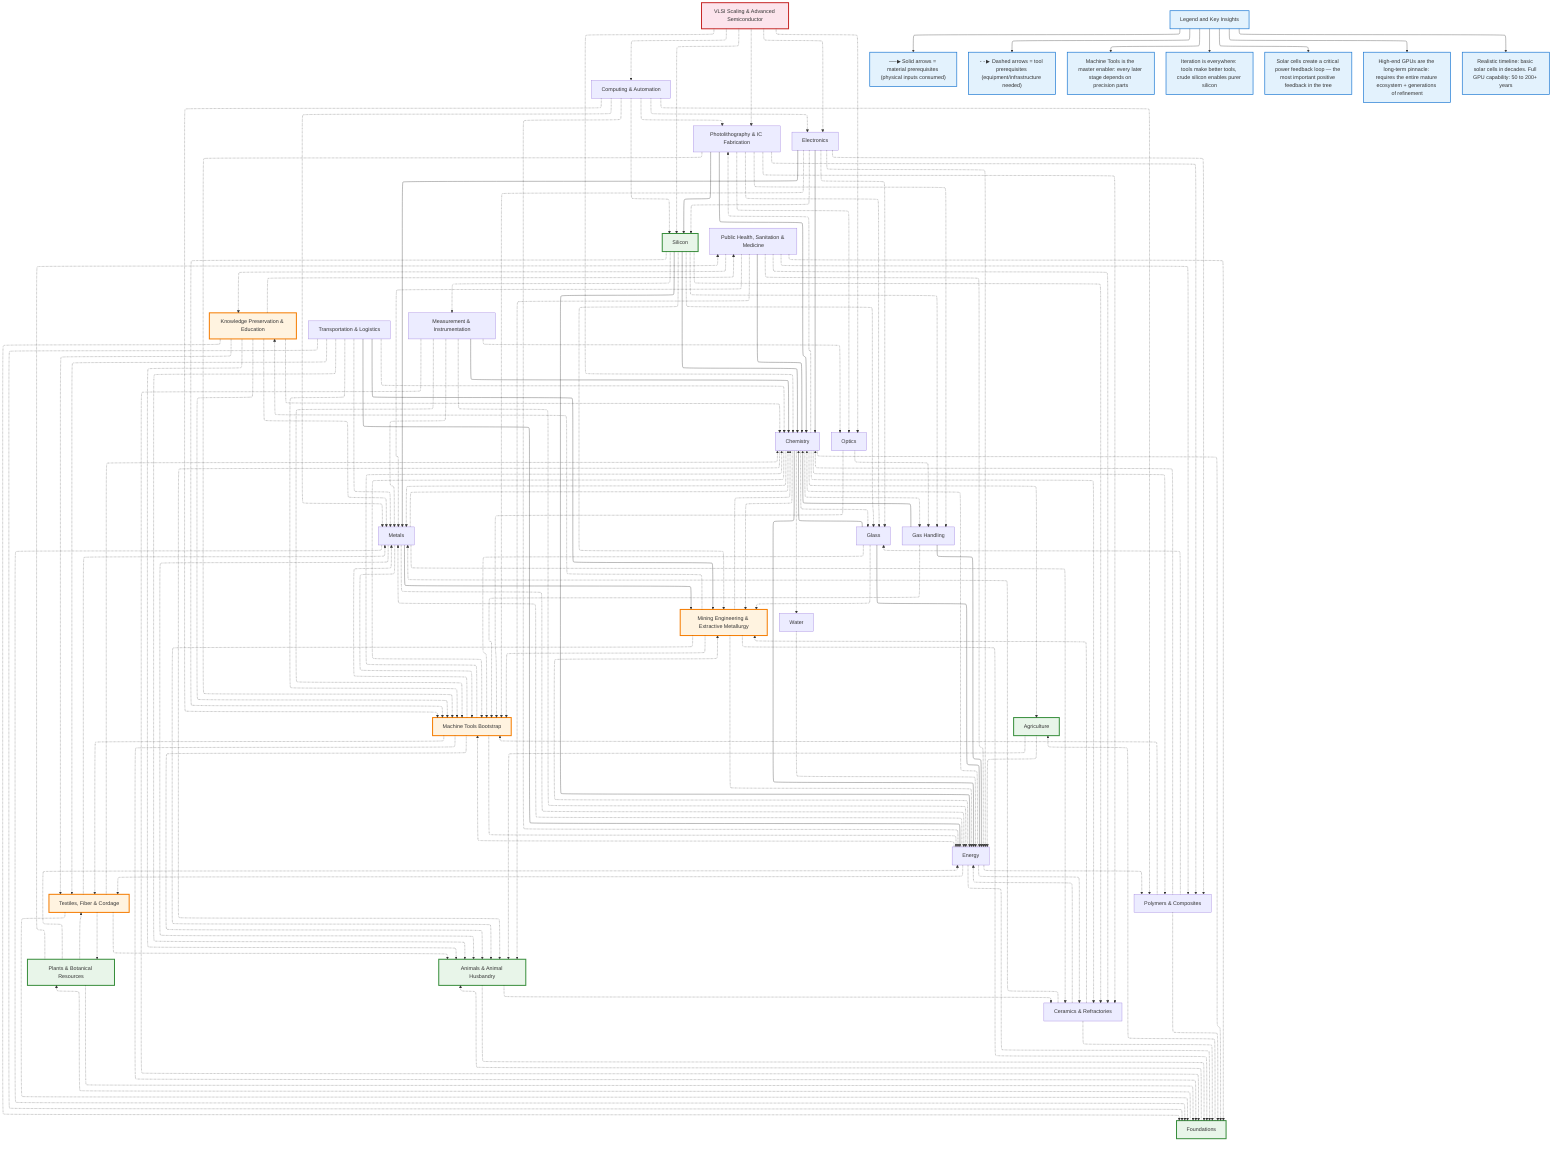
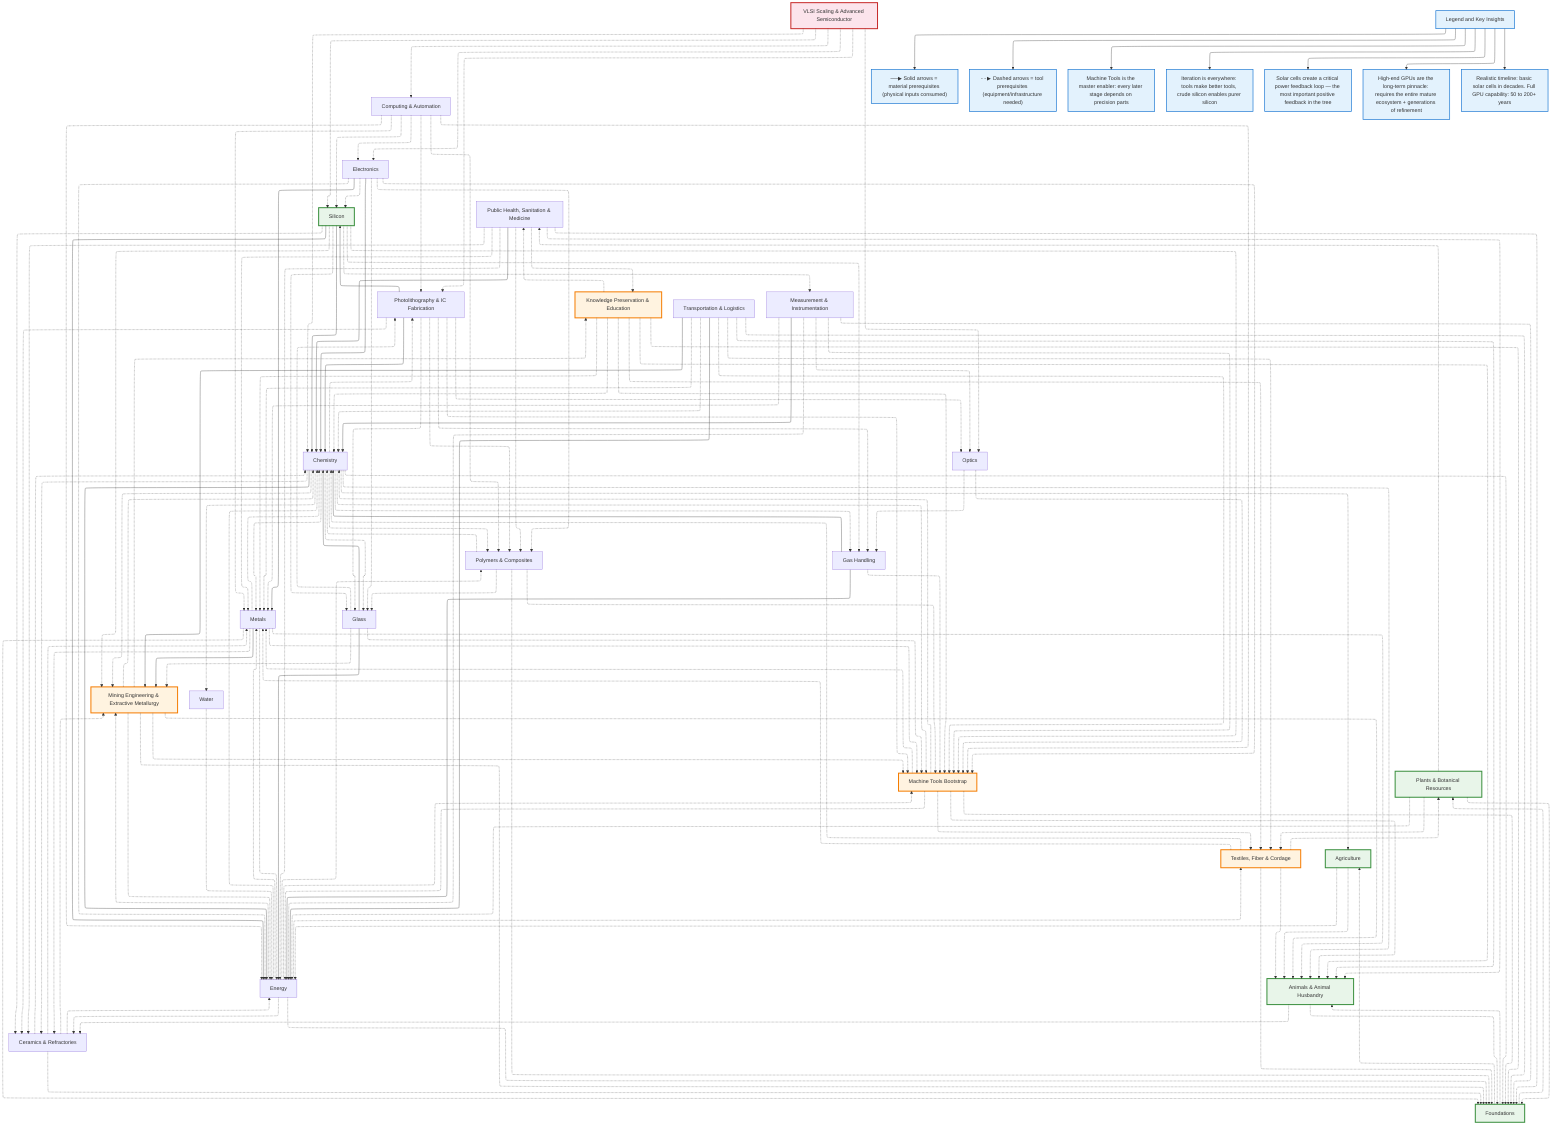
%%{init: {"flowchart": {"defaultRenderer": "elk", "htmlLabels": true}}}%%
graph TD
    %% ==================== DOMAIN NODES ====================
    foundations["Foundations"]
    metals["Metals"]
    machine-tools["Machine Tools Bootstrap"]
    energy["Energy"]
    chemistry["Chemistry"]
    silicon["Silicon"]
    photolithography["Photolithography & IC Fabrication"]
    vlsi-scaling["VLSI Scaling & Advanced Semiconductor"]
    knowledge["Knowledge Preservation & Education"]
    transport["Transportation & Logistics"]
    computing["Computing & Automation"]
    health["Public Health, Sanitation & Medicine"]
    textiles["Textiles, Fiber & Cordage"]
    mining["Mining Engineering & Extractive Metallurgy"]
    ceramics["Ceramics & Refractories"]
    polymers["Polymers & Composites"]
    glass["Glass"]
    optics["Optics"]
    gas-handling["Gas Handling"]
    measurement["Measurement & Instrumentation"]
    plants["Plants & Botanical Resources"]
    agriculture["Agriculture"]
    animals["Animals & Animal Husbandry"]
    water["Water"]
    electronics["Electronics"]

    %% ==================== DOMAIN-LEVEL EDGES ====================
    metals -.-> foundations
    metals --> mining
    machine-tools -.-> metals
    machine-tools -.-> textiles
    energy -.-> metals
    chemistry -.-> metals
    chemistry --> energy
    glass -.-> machine-tools
    optics -.-> machine-tools
    gas-handling -.-> machine-tools
    measurement -.-> machine-tools
    glass --> energy
    gas-handling --> energy
    glass --> chemistry
    gas-handling --> chemistry
    measurement --> chemistry
    silicon -.-> machine-tools
    silicon --> energy
    silicon --> chemistry
    silicon -.-> glass
    silicon -.-> gas-handling
    photolithography -.-> machine-tools
    photolithography --> chemistry
    photolithography -.-> gas-handling
    photolithography -.-> optics
    photolithography --> silicon
    vlsi-scaling -.-> photolithography
    knowledge -.-> foundations
    health -.-> foundations
    health --> chemistry
    ceramics -.-> foundations
    ceramics -.-> metals
    textiles -.-> foundations
    mining -.-> foundations
    transport -.-> metals
    transport --> energy
    transport --> mining
    transport -.-> machine-tools
    computing -.-> machine-tools
    polymers -.-> foundations
    animals -.-> foundations
    electronics --> metals
    electronics -.-> machine-tools
    electronics --> chemistry

    %% ==================== CROSS-DOMAIN EDGES ====================
    agriculture -.-> animals
    agriculture -.-> energy
    animals -.-> ceramics
+     ceramics -.-> chemistry
    ceramics -.-> energy
    ceramics -.-> mining
    chemistry -.-> agriculture
    chemistry -.-> animals
    chemistry -.-> ceramics
    chemistry -.-> foundations
    chemistry -.-> gas-handling
    chemistry -.-> glass
    chemistry -.-> machine-tools
    chemistry -.-> mining
    chemistry -.-> photolithography
    chemistry -.-> polymers
    chemistry -.-> water
    computing -.-> electronics
    computing -.-> energy
    computing -.-> metals
    computing -.-> photolithography
    computing -.-> polymers
    computing -.-> silicon
    electronics -.-> energy
    electronics -.-> glass
    electronics -.-> polymers
    electronics -.-> silicon
    energy -.-> ceramics
    energy -.-> chemistry
    energy -.-> foundations
    energy -.-> machine-tools
    energy -.-> mining
    energy -.-> polymers
    energy -.-> textiles
    foundations -.-> agriculture
    foundations -.-> animals
    foundations -.-> plants
    glass -.-> mining
+     glass -.-> photolithography
    health -.-> animals
    health -.-> ceramics
    health -.-> energy
    health -.-> knowledge
    health -.-> metals
    health -.-> polymers
    knowledge -.-> animals
    knowledge -.-> chemistry
    knowledge -.-> health
    knowledge -.-> machine-tools
    knowledge -.-> metals
    knowledge -.-> textiles
    machine-tools -.-> animals
    machine-tools -.-> chemistry
    machine-tools -.-> energy
    machine-tools -.-> foundations
    measurement -.-> energy
    measurement -.-> foundations
    measurement -.-> metals
    measurement -.-> optics
    metals -.-> animals
    metals -.-> ceramics
    metals -.-> chemistry
    metals -.-> energy
    metals -.-> machine-tools
    mining -.-> animals
    mining -.-> chemistry
    mining -.-> energy
    mining -.-> knowledge
    mining -.-> machine-tools
    optics -.-> gas-handling
    photolithography -.-> ceramics
    photolithography -.-> glass
    photolithography -.-> polymers
    plants -.-> energy
    plants -.-> foundations
    plants -.-> health
    plants -.-> textiles
    polymers -.-> chemistry
    polymers -.-> glass
    polymers -.-> machine-tools
    silicon -.-> ceramics
    silicon -.-> measurement
    silicon -.-> mining
    textiles -.-> animals
    textiles -.-> chemistry
    textiles -.-> metals
    textiles -.-> plants
    transport -.-> animals
    transport -.-> chemistry
    transport -.-> foundations
    transport -.-> textiles
    vlsi-scaling -.-> chemistry
    vlsi-scaling -.-> computing
    vlsi-scaling -.-> electronics
    vlsi-scaling -.-> optics
    vlsi-scaling -.-> silicon
    water -.-> energy

    %% ==================== STYLING ====================
    classDef domain fill:#e3f2fd,stroke:#1976d2,stroke-width:2px
    classDef critical fill:#fff3e0,stroke:#f57c00,stroke-width:3px
    classDef earlyWin fill:#e8f5e9,stroke:#388e3c,stroke-width:3px
    classDef pinnacle fill:#fce4ec,stroke:#c62828,stroke-width:3px
    class foundations earlyWin
    class machine-tools critical
    class silicon earlyWin
    class vlsi-scaling pinnacle
    class knowledge critical
    class textiles critical
    class mining critical
    class plants earlyWin
    class agriculture earlyWin
    class animals earlyWin

    %% ==================== LEGEND ====================
    Legend["Legend and Key Insights"]
    Legend --> Note0["──▶ Solid arrows = material prerequisites (physical inputs consumed)"]
    Legend --> Note0b["- - ▶ Dashed arrows = tool prerequisites (equipment/infrastructure needed)"]
    Legend --> Note1["Machine Tools is the master enabler: every later stage depends on precision parts"]
    Legend --> Note2["Iteration is everywhere: tools make better tools, crude silicon enables purer silicon"]
    Legend --> Note3["Solar cells create a critical power feedback loop — the most important positive feedback in the tree"]
    Legend --> Note4["High-end GPUs are the long-term pinnacle: requires the entire mature ecosystem + generations of refinement"]
    Legend --> Note5["Realistic timeline: basic solar cells in decades. Full GPU capability: 50 to 200+ years"]
    class Legend,Note0,Note0b,Note1,Note2,Note3,Note4,Note5 domain
